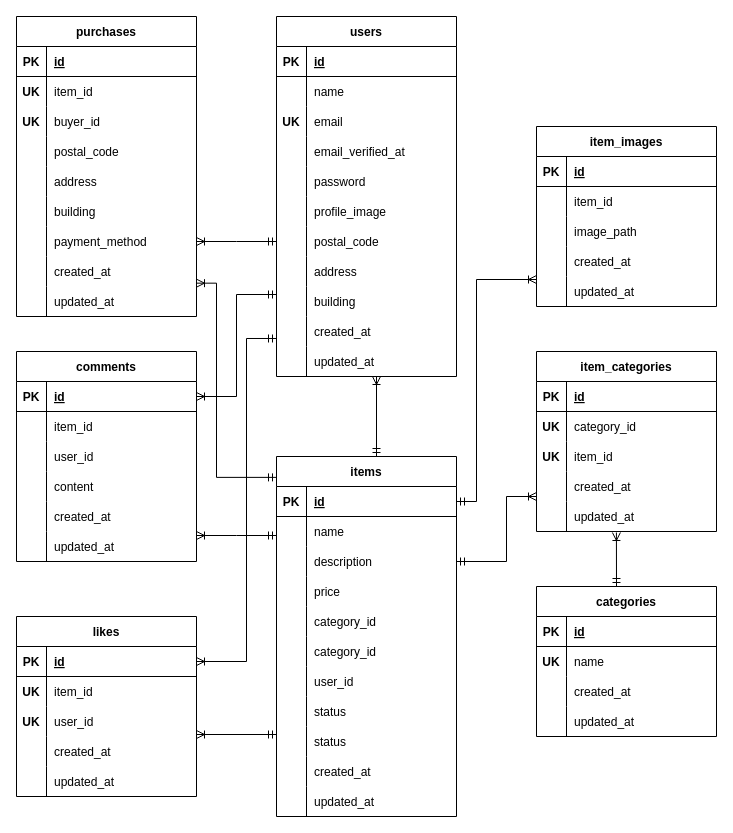
Earlier version of the draw.io diagram diagram.drawio (ichiki925/flea-market-app). Source tidied: cells renumbered, new cells numbered last; positions are measured from the earlier drawing's top-left corner, leaving out a move shared by most shapes. Both pictures are drawn from the tidied source at 100%, with x=0, y=0 at pixel (16, 16).
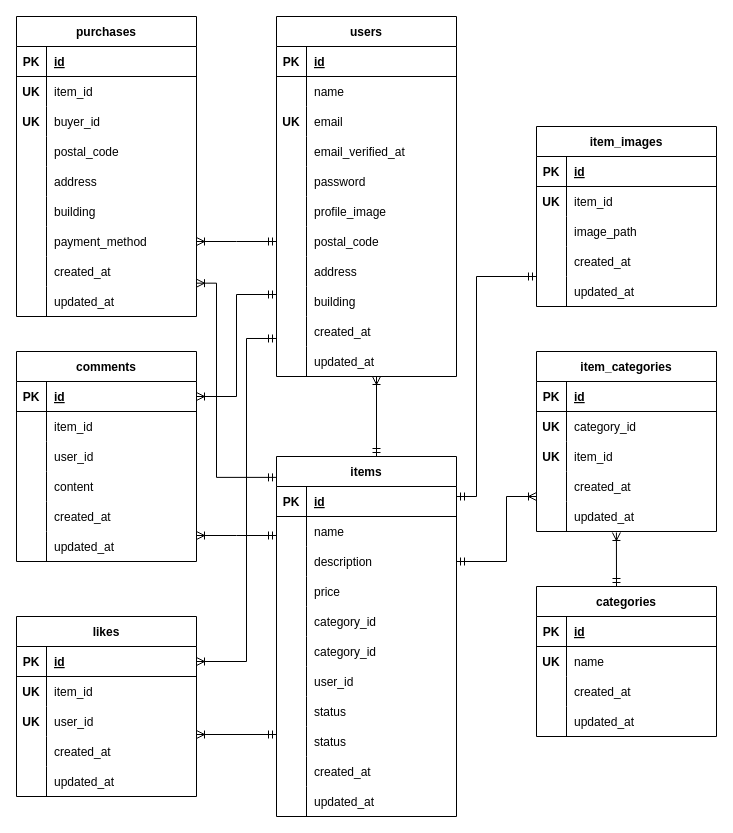
Above is the later version.

Unchanged cells that the change refers to:
```xml
<mxCell id="40" style="shape=tableRow;horizontal=0;startSize=0;swimlaneHead=0;swimlaneBody=0;fillColor=none;top=0;left=0;right=0;bottom=0;" parent="36" vertex="1">
  <mxGeometry y="60" width="180" height="30" as="geometry" />
</mxCell>
<mxCell id="116" style="shape=tableRow;horizontal=0;startSize=0;swimlaneHead=0;swimlaneBody=0;fillColor=none;points=[[0,0.5],[1,0.5]];portConstraint=eastwest;top=0;left=0;right=0;bottom=1;" parent="115" vertex="1">
  <mxGeometry y="30" width="180" height="30" as="geometry" />
</mxCell>
```

Change to the diagram source:
```diff
@@
-    <mxCell id="41" style="shape=partialRectangle;fillColor=none;top=0;left=0;bottom=0;right=0;overflow=hidden;" parent="40" vertex="1">
+    <mxCell id="41" value="UK" style="shape=partialRectangle;fillColor=none;top=0;left=0;bottom=0;right=0;overflow=hidden;fontStyle=1;" parent="40" vertex="1">
       <mxGeometry width="30" height="30" as="geometry" />
     </mxCell>
@@
-    <mxCell id="179" style="edgeStyle=elbowEdgeStyle;fontSize=12;html=1;endArrow=ERoneToMany;startArrow=ERmandOne;rounded=0;exitX=1;exitY=0.5;exitDx=0;exitDy=0;" parent="1" edge="1" source="116">
-      <mxGeometry relative="1" as="geometry">
-        <mxPoint x="520" y="263" as="targetPoint" />
-        <Array as="points">
-          <mxPoint x="460" y="390" />
-        </Array>
-      </mxGeometry>
-    </mxCell>
@@
+    <mxCell id="188" style="edgeStyle=elbowEdgeStyle;fontSize=12;html=1;endArrow=ERmandOne;startArrow=ERmandOne;rounded=0;" parent="1" edge="1">
+      <mxGeometry relative="1" as="geometry">
+        <mxPoint x="440" y="480" as="sourcePoint" />
+        <mxPoint x="520" y="260" as="targetPoint" />
+        <Array as="points">
+          <mxPoint x="460" y="310" />
+        </Array>
+      </mxGeometry>
+    </mxCell>
```
